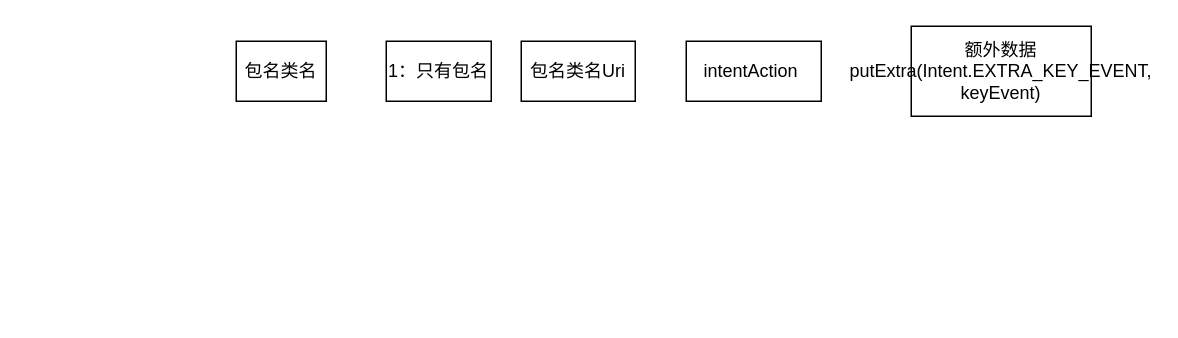
Before: GlobalKey动态化配置.drawio in honghonglhh2018/ThinkingFlowChart, a draw.io diagram. Source tidied: cells renumbered, new cells numbered last; positions are measured from the earlier drawing's top-left corner, leaving out a move shared by most shapes. Both pictures are drawn from the tidied source at 150%, with x=0, y=0 at pixel (236, 26).
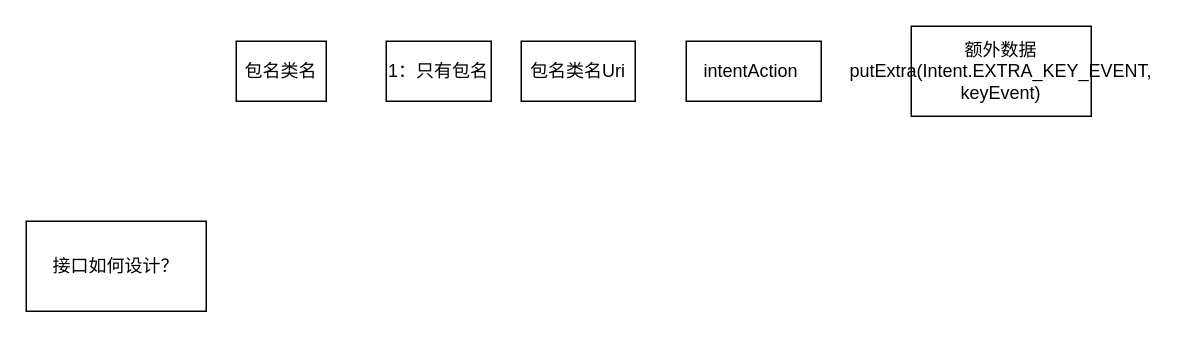
The same page after the edit.

Commit message:
更新GlobalKey动态化配置.drawio

Change to the diagram source:
```diff
@@
 <mxGraphModel>
   <root>
     <mxCell id="0" />
     <mxCell id="1" parent="0" />
     <mxCell id="2" value="1：只有包名" style="rounded=0;whiteSpace=wrap;html=1;" parent="1" vertex="1">
       <mxGeometry x="100" y="10" width="70" height="40" as="geometry" />
     </mxCell>
     <mxCell id="3" value="包名类名" style="rounded=0;whiteSpace=wrap;html=1;" parent="1" vertex="1">
       <mxGeometry y="10" width="60" height="40" as="geometry" />
     </mxCell>
     <mxCell id="4" value="包名类名Uri" style="rounded=0;whiteSpace=wrap;html=1;" parent="1" vertex="1">
       <mxGeometry x="190" y="10" width="76" height="40" as="geometry" />
     </mxCell>
     <mxCell id="5" value="intentAction&amp;nbsp;" style="rounded=0;whiteSpace=wrap;html=1;" parent="1" vertex="1">
       <mxGeometry x="300" y="10" width="90" height="40" as="geometry" />
     </mxCell>
     <mxCell id="6" value="额外数据&lt;br&gt;putExtra(Intent.EXTRA_KEY_EVENT, keyEvent)" style="rounded=0;whiteSpace=wrap;html=1;" parent="1" vertex="1">
       <mxGeometry x="450" width="120" height="60" as="geometry" />
     </mxCell>
+    <mxCell id="7" value="接口如何设计？" style="rounded=0;whiteSpace=wrap;html=1;" parent="1" vertex="1">
+      <mxGeometry x="-140" y="130" width="120" height="60" as="geometry" />
+    </mxCell>
   </root>
 </mxGraphModel>
```
